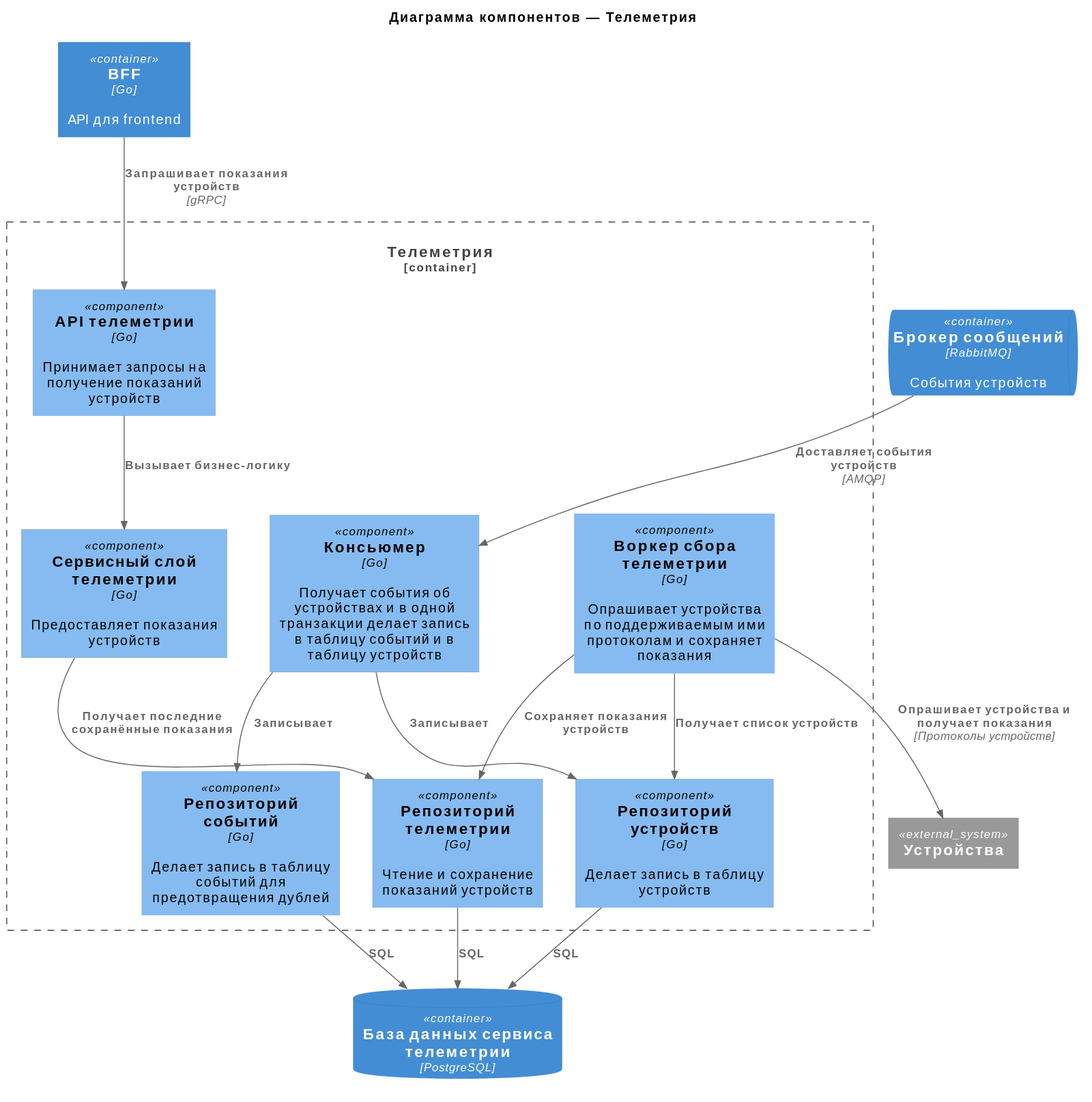
Before: schemas/2/component/components-telemetry.svg, a diagram exported from PlantUML (NikolosHGW/architecture-pro-warmhouse).
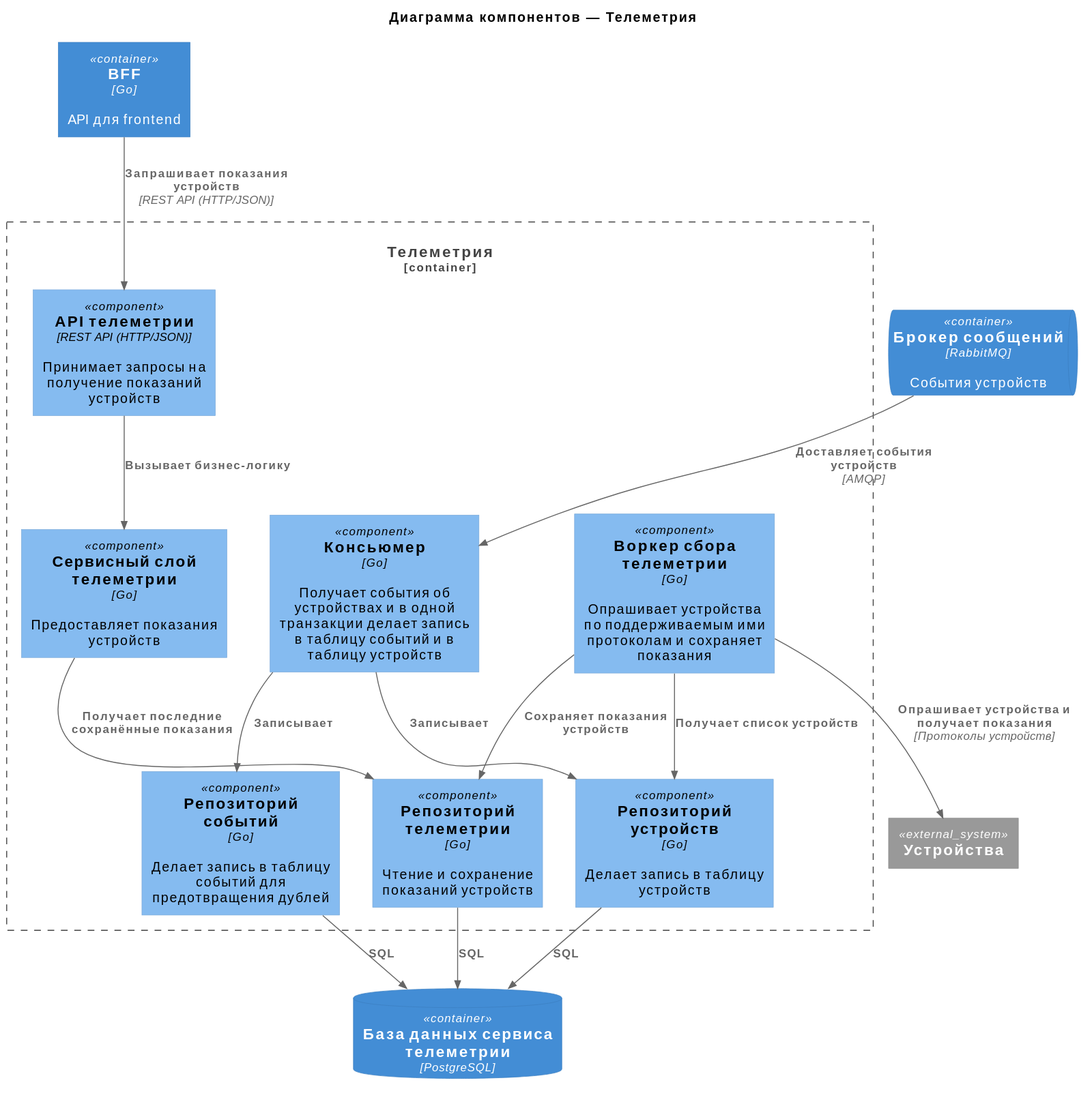
After the change.

The edit, as a diff of the source:
```diff
@@ -17,7 +17,7 @@
 
     Component(worker, "Воркер сбора телеметрии", "Go", "Опрашивает устройства по поддерживаемым ими протоколам и сохраняет показания")
 
-    Component(telemetry_handler, "API телеметрии", "Go", "Принимает запросы на получение показаний устройств")
+    Component(telemetry_handler, "API телеметрии", "REST API (HTTP/JSON)", "Принимает запросы на получение показаний устройств")
 
     Component(telemetry_service, "Сервисный слой телеметрии", "Go", "Предоставляет показания устройств")
 
@@ -33,7 +33,7 @@
 Rel(worker, user_devices, "Опрашивает устройства и получает показания", "Протоколы устройств")
 Rel(worker, telemetry_repo, "Сохраняет показания устройств")
 Rel(telemetry_repo, db, "SQL")
-Rel(bff, telemetry_handler, "Запрашивает показания устройств", "gRPC")
+Rel(bff, telemetry_handler, "Запрашивает показания устройств", "REST API (HTTP/JSON)")
 Rel(telemetry_handler, telemetry_service, "Вызывает бизнес-логику")
 Rel(telemetry_service, telemetry_repo, "Получает последние сохранённые показания")
 @enduml
```
